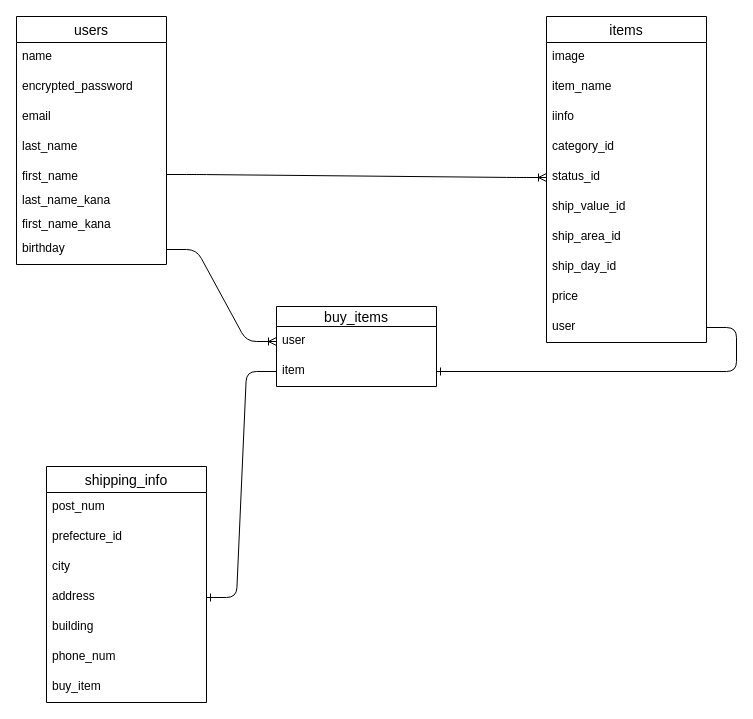
This is ER.dio from Hayaoru/furima-32066, a draw.io file, before an edit. Source tidied: cells renumbered, new cells numbered last; positions are measured from the earlier drawing's top-left corner, leaving out a move shared by most shapes. Both pictures are drawn from the tidied source at 100%, with x=0, y=0 at pixel (16, 16).
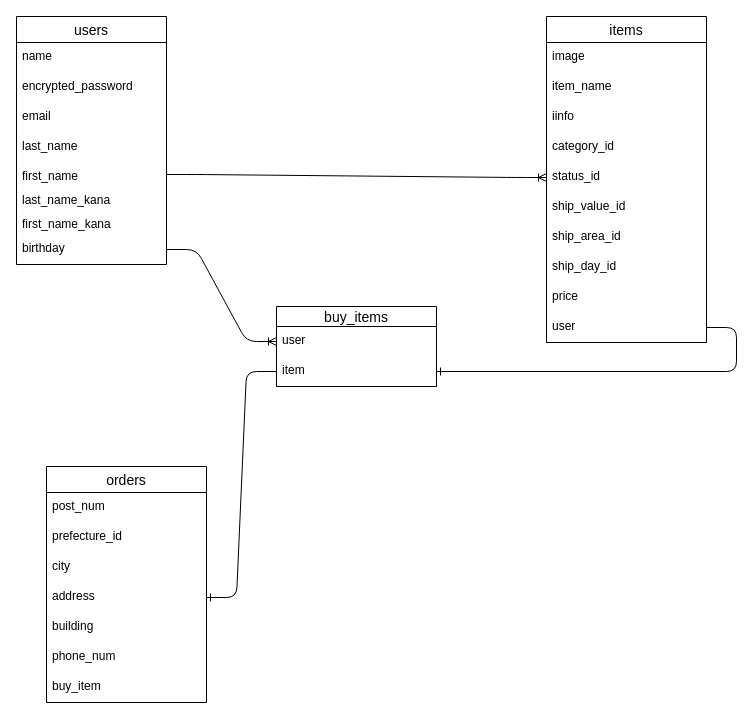
The same page after the edit.

The edit, as a diff of the source:
```diff
@@
-    <mxCell id="27" value="shipping_info" style="swimlane;fontStyle=0;horizontal=1;startSize=26;align=center;fontSize=14;" parent="1" vertex="1">
+    <mxCell id="27" value="orders" style="swimlane;fontStyle=0;horizontal=1;startSize=26;align=center;fontSize=14;" parent="1" vertex="1">
       <mxGeometry x="30" y="450" width="160" height="236" as="geometry" />
     </mxCell>
```
